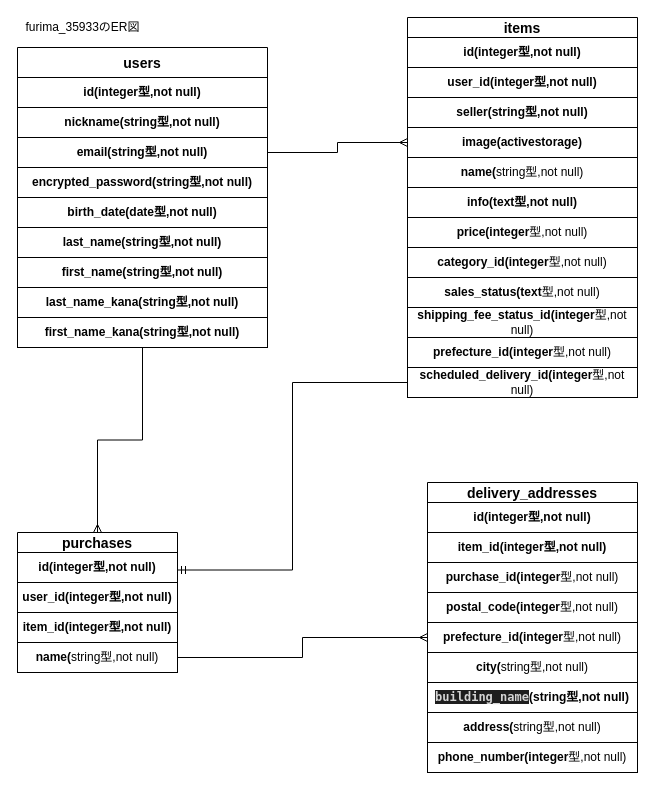
This is test.dio from tubuyakisyun/furima-35933, a draw.io file, before an edit. Source tidied: cells renumbered, new cells numbered last; positions are measured from the earlier drawing's top-left corner, leaving out a move shared by most shapes. Both pictures are drawn from the tidied source at 100%, with x=0, y=0 at pixel (17, 17).
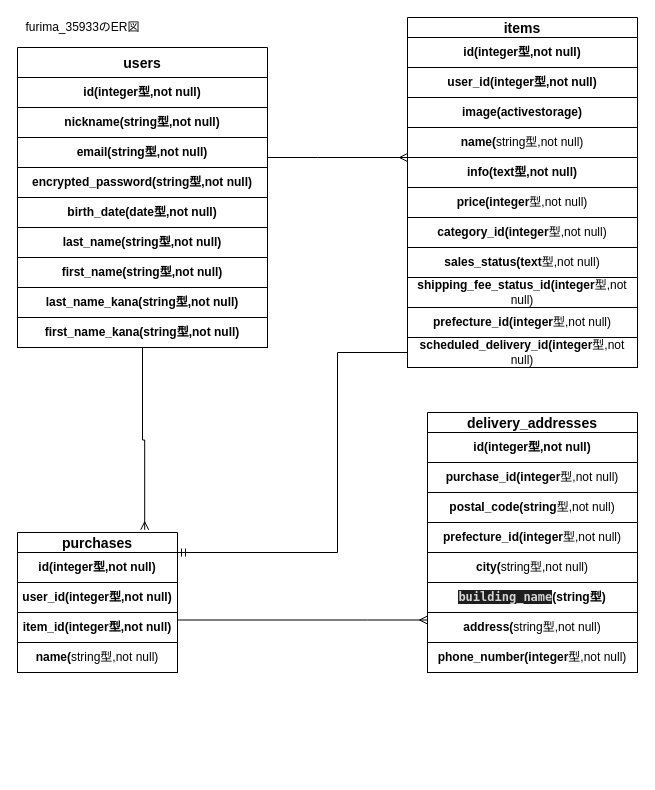
The same page after the edit.

Commit message (it also covers changes not shown here):
配送先テーブルは購入管理テーブルと紐づくため、購入管理の外部キーのpurchaseを記述し直しました

The change refers to these unchanged cells:
```xml
<mxCell id="5" value="first_name_kana(&lt;span style=&quot;&quot;&gt;string型,not null)&lt;/span&gt;" style="whiteSpace=wrap;html=1;rounded=0;shadow=0;align=center;fontStyle=1;" parent="1" vertex="1">
  <mxGeometry y="300" width="250" height="30" as="geometry" />
</mxCell>
<mxCell id="22" value="purchases" style="swimlane;fontStyle=1;horizontal=1;startSize=20;align=center;fontSize=14;rounded=0;direction=east;" parent="1" vertex="1">
  <mxGeometry y="515" width="160" height="50" as="geometry" />
</mxCell>
<mxCell id="23" value="id(integer型,not null)" style="whiteSpace=wrap;html=1;rounded=0;shadow=0;align=center;fontStyle=1;" parent="22" vertex="1">
  <mxGeometry y="20" width="160" height="30" as="geometry" />
</mxCell>
<mxCell id="27" value="name(&lt;span style=&quot;font-weight: 400&quot;&gt;string型,not null)&lt;/span&gt;" style="whiteSpace=wrap;html=1;rounded=0;shadow=0;align=center;fontStyle=1;" parent="1" vertex="1">
  <mxGeometry y="625" width="160" height="30" as="geometry" />
</mxCell>
<mxCell id="33" value="email(string型,not null)" style="whiteSpace=wrap;html=1;rounded=0;shadow=0;align=center;fontStyle=1;" parent="1" vertex="1">
  <mxGeometry y="120" width="250" height="30" as="geometry" />
</mxCell>
<mxCell id="43" value="item_id(integer型,not null)" style="whiteSpace=wrap;html=1;rounded=0;shadow=0;align=center;fontStyle=1;" parent="1" vertex="1">
  <mxGeometry y="595" width="160" height="30" as="geometry" />
</mxCell>
```

Diff of the diagram source:
```diff
@@
-    <mxCell id="4" style="edgeStyle=orthogonalEdgeStyle;rounded=0;jettySize=auto;html=1;endArrow=ERmany;endFill=0;" parent="1" edge="1" source="5" target="22">
+    <mxCell id="4" style="edgeStyle=orthogonalEdgeStyle;rounded=0;jettySize=auto;html=1;entryX=0.795;entryY=-0.054;entryDx=0;entryDy=0;entryPerimeter=0;endArrow=ERmany;endFill=0;" parent="1" edge="1" source="5" target="22">
       <mxGeometry relative="1" as="geometry" />
     </mxCell>
@@
     <mxCell id="7" value="delivery_addresses" style="swimlane;fontStyle=1;horizontal=1;startSize=20;align=center;fontSize=14;rounded=0;direction=east;" parent="1" vertex="1">
-      <mxGeometry x="410" y="465" width="210" height="50" as="geometry" />
+      <mxGeometry x="410" y="395" width="210" height="50" as="geometry" />
     </mxCell>
@@
     <mxCell id="11" value="shipping_fee_status_id(integer&lt;span style=&quot;font-weight: 400&quot;&gt;型,not null)&lt;/span&gt;" style="whiteSpace=wrap;html=1;rounded=0;shadow=0;align=center;fontStyle=1;" parent="1" vertex="1">
-      <mxGeometry x="390" y="290" width="230" height="30" as="geometry" />
+      <mxGeometry x="390" y="260" width="230" height="30" as="geometry" />
     </mxCell>
@@
     <mxCell id="13" value="sales_status(text&lt;span style=&quot;font-weight: 400&quot;&gt;型,not null)&lt;/span&gt;" style="whiteSpace=wrap;html=1;rounded=0;shadow=0;align=center;fontStyle=1;" parent="1" vertex="1">
-      <mxGeometry x="390" y="260" width="230" height="30" as="geometry" />
+      <mxGeometry x="390" y="230" width="230" height="30" as="geometry" />
     </mxCell>
     <mxCell id="14" value="price(integer&lt;span style=&quot;font-weight: 400&quot;&gt;型,not null)&lt;/span&gt;" style="whiteSpace=wrap;html=1;rounded=0;shadow=0;align=center;fontStyle=1;" parent="1" vertex="1">
-      <mxGeometry x="390" y="200" width="230" height="30" as="geometry" />
+      <mxGeometry x="390" y="170" width="230" height="30" as="geometry" />
     </mxCell>
     <mxCell id="15" value="info(text型,not null)" style="whiteSpace=wrap;html=1;rounded=0;shadow=0;align=center;fontStyle=1;" parent="1" vertex="1">
-      <mxGeometry x="390" y="170" width="230" height="30" as="geometry" />
+      <mxGeometry x="390" y="140" width="230" height="30" as="geometry" />
     </mxCell>
     <mxCell id="16" value="name(&lt;span style=&quot;font-weight: 400&quot;&gt;string型,not null)&lt;/span&gt;" style="whiteSpace=wrap;html=1;rounded=0;shadow=0;align=center;fontStyle=1;" parent="1" vertex="1">
-      <mxGeometry x="390" y="140" width="230" height="30" as="geometry" />
+      <mxGeometry x="390" y="110" width="230" height="30" as="geometry" />
     </mxCell>
     <mxCell id="17" value="image(activestorage)" style="whiteSpace=wrap;html=1;rounded=0;shadow=0;align=center;fontStyle=1;" parent="1" vertex="1">
-      <mxGeometry x="390" y="110" width="230" height="30" as="geometry" />
+      <mxGeometry x="390" y="80" width="230" height="30" as="geometry" />
     </mxCell>
-    <mxCell id="18" style="edgeStyle=orthogonalEdgeStyle;rounded=0;jettySize=auto;html=1;entryX=1;entryY=0.75;entryDx=0;entryDy=0;endArrow=ERmandOne;endFill=0;" parent="1" edge="1" source="19" target="22">
-      <mxGeometry relative="1" as="geometry" />
+    <mxCell id="18" style="edgeStyle=orthogonalEdgeStyle;rounded=0;jettySize=auto;html=1;entryX=1;entryY=0;entryDx=0;entryDy=0;endArrow=ERmandOne;endFill=0;" parent="1" edge="1" source="19" target="23">
+      <mxGeometry relative="1" as="geometry">
+        <Array as="points">
+          <mxPoint x="320" y="335" />
+          <mxPoint x="320" y="535" />
+        </Array>
+      </mxGeometry>
     </mxCell>
     <mxCell id="19" value="scheduled_delivery_id(integer&lt;span style=&quot;font-weight: 400&quot;&gt;型,not null)&lt;/span&gt;" style="whiteSpace=wrap;html=1;rounded=0;shadow=0;align=center;fontStyle=1;" parent="1" vertex="1">
-      <mxGeometry x="390" y="350" width="230" height="30" as="geometry" />
+      <mxGeometry x="390" y="320" width="230" height="30" as="geometry" />
     </mxCell>
     <mxCell id="20" value="category_id(integer&lt;span style=&quot;font-weight: 400&quot;&gt;型,not null)&lt;/span&gt;" style="whiteSpace=wrap;html=1;rounded=0;shadow=0;align=center;fontStyle=1;" parent="1" vertex="1">
-      <mxGeometry x="390" y="230" width="230" height="30" as="geometry" />
+      <mxGeometry x="390" y="200" width="230" height="30" as="geometry" />
     </mxCell>
     <mxCell id="21" value="prefecture_id(integer&lt;span style=&quot;font-weight: 400&quot;&gt;型,not null)&lt;/span&gt;" style="whiteSpace=wrap;html=1;rounded=0;shadow=0;align=center;fontStyle=1;" parent="1" vertex="1">
-      <mxGeometry x="390" y="320" width="230" height="30" as="geometry" />
+      <mxGeometry x="390" y="290" width="230" height="30" as="geometry" />
     </mxCell>
@@
-    <mxCell id="24" value="seller(string型,not null)" style="whiteSpace=wrap;html=1;rounded=0;shadow=0;align=center;fontStyle=1;" parent="1" vertex="1">
-      <mxGeometry x="390" y="80" width="230" height="30" as="geometry" />
-    </mxCell>
@@
-    <mxCell id="26" style="edgeStyle=orthogonalEdgeStyle;rounded=0;jettySize=auto;html=1;entryX=0;entryY=0.5;entryDx=0;entryDy=0;endArrow=ERmany;endFill=0;" parent="1" edge="1" source="27" target="40">
-      <mxGeometry relative="1" as="geometry" />
+    <mxCell id="26" style="edgeStyle=orthogonalEdgeStyle;rounded=0;jettySize=auto;html=1;entryX=0;entryY=0.25;entryDx=0;entryDy=0;endArrow=ERmany;endFill=0;exitX=1;exitY=0.25;exitDx=0;exitDy=0;" parent="1" edge="1" source="43" target="38">
+      <mxGeometry relative="1" as="geometry">
+        <Array as="points">
+          <mxPoint x="350" y="603" />
+        </Array>
+      </mxGeometry>
     </mxCell>
@@
-    <mxCell id="32" style="edgeStyle=orthogonalEdgeStyle;rounded=0;jettySize=auto;html=1;entryX=0;entryY=0.5;entryDx=0;entryDy=0;endArrow=ERmany;endFill=0;" parent="1" edge="1" source="33" target="17">
-      <mxGeometry relative="1" as="geometry" />
+    <mxCell id="32" style="edgeStyle=orthogonalEdgeStyle;rounded=0;jettySize=auto;html=1;entryX=0;entryY=1;entryDx=0;entryDy=0;endArrow=ERmany;endFill=0;" parent="1" edge="1" source="33" target="16">
+      <mxGeometry relative="1" as="geometry">
+        <Array as="points">
+          <mxPoint x="300" y="140" />
+          <mxPoint x="300" y="140" />
+        </Array>
+      </mxGeometry>
     </mxCell>
@@
-    <mxCell id="35" value="item_id(integer型,not null)" style="whiteSpace=wrap;html=1;rounded=0;shadow=0;align=center;fontStyle=1;" parent="1" vertex="1">
-      <mxGeometry x="410" y="515" width="210" height="30" as="geometry" />
-    </mxCell>
     <mxCell id="36" value="purchase_id(integer&lt;span style=&quot;font-weight: 400&quot;&gt;型,not null)&lt;/span&gt;" style="whiteSpace=wrap;html=1;rounded=0;shadow=0;align=center;fontStyle=1;" parent="1" vertex="1">
-      <mxGeometry x="410" y="545" width="210" height="30" as="geometry" />
+      <mxGeometry x="410" y="445" width="210" height="30" as="geometry" />
     </mxCell>
     <mxCell id="37" value="phone_number(integer&lt;span style=&quot;font-weight: 400&quot;&gt;型,not null)&lt;/span&gt;" style="whiteSpace=wrap;html=1;rounded=0;shadow=0;align=center;fontStyle=1;" parent="1" vertex="1">
-      <mxGeometry x="410" y="725" width="210" height="30" as="geometry" />
+      <mxGeometry x="410" y="625" width="210" height="30" as="geometry" />
     </mxCell>
     <mxCell id="38" value="address(&lt;span style=&quot;font-weight: 400&quot;&gt;string型,not null)&lt;/span&gt;" style="whiteSpace=wrap;html=1;rounded=0;shadow=0;align=center;fontStyle=1;" parent="1" vertex="1">
-      <mxGeometry x="410" y="695" width="210" height="30" as="geometry" />
+      <mxGeometry x="410" y="595" width="210" height="30" as="geometry" />
     </mxCell>
     <mxCell id="39" value="city(&lt;span style=&quot;font-weight: 400&quot;&gt;string型,not null)&lt;/span&gt;" style="whiteSpace=wrap;html=1;rounded=0;shadow=0;align=center;fontStyle=1;" parent="1" vertex="1">
-      <mxGeometry x="410" y="635" width="210" height="30" as="geometry" />
+      <mxGeometry x="410" y="535" width="210" height="30" as="geometry" />
     </mxCell>
     <mxCell id="40" value="prefecture_id(integer&lt;span style=&quot;font-weight: 400&quot;&gt;型,not null)&lt;/span&gt;" style="whiteSpace=wrap;html=1;rounded=0;shadow=0;align=center;fontStyle=1;" parent="1" vertex="1">
-      <mxGeometry x="410" y="605" width="210" height="30" as="geometry" />
+      <mxGeometry x="410" y="505" width="210" height="30" as="geometry" />
     </mxCell>
-    <mxCell id="41" value="postal_code(integer&lt;span style=&quot;font-weight: 400&quot;&gt;型,not null)&lt;/span&gt;" style="whiteSpace=wrap;html=1;rounded=0;shadow=0;align=center;fontStyle=1;" parent="1" vertex="1">
-      <mxGeometry x="410" y="575" width="210" height="30" as="geometry" />
+    <mxCell id="41" value="postal_code(string&lt;span style=&quot;font-weight: 400&quot;&gt;型,not null)&lt;/span&gt;" style="whiteSpace=wrap;html=1;rounded=0;shadow=0;align=center;fontStyle=1;" parent="1" vertex="1">
+      <mxGeometry x="410" y="475" width="210" height="30" as="geometry" />
     </mxCell>
@@
-    <mxCell id="44" value="&lt;span style=&quot;background-color: rgb(30 , 30 , 30) ; color: rgb(212 , 212 , 212) ; font-family: &amp;#34;menlo&amp;#34; , &amp;#34;monaco&amp;#34; , &amp;#34;courier new&amp;#34; , monospace&quot;&gt;building_name&lt;/span&gt;(string型,not null)" style="whiteSpace=wrap;html=1;rounded=0;shadow=0;align=center;fontStyle=1;" parent="1" vertex="1">
-      <mxGeometry x="410" y="665" width="210" height="30" as="geometry" />
+    <mxCell id="44" value="&lt;span style=&quot;background-color: rgb(30 , 30 , 30) ; color: rgb(212 , 212 , 212) ; font-family: &amp;#34;menlo&amp;#34; , &amp;#34;monaco&amp;#34; , &amp;#34;courier new&amp;#34; , monospace&quot;&gt;building_name&lt;/span&gt;(string型)" style="whiteSpace=wrap;html=1;rounded=0;shadow=0;align=center;fontStyle=1;" parent="1" vertex="1">
+      <mxGeometry x="410" y="565" width="210" height="30" as="geometry" />
     </mxCell>
```
